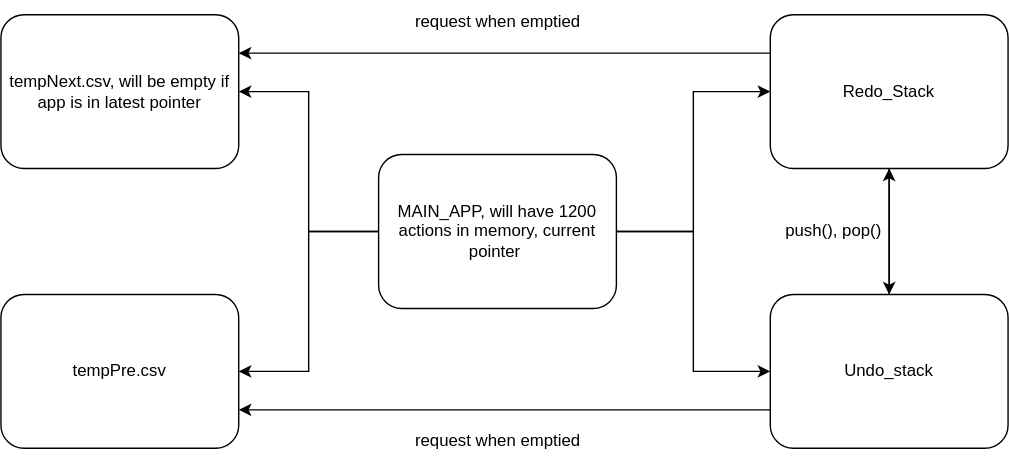
Before: MemorySystem.svg, a diagram exported from draw.io (zin-lin/Sudoku). Source tidied: cells renumbered, new cells last; positions are measured from the earlier drawing's top-left corner, leaving out a move shared by most shapes. The source it was exported from:
```xml
<mxGraphModel>
  <root>
    <mxCell id="0" />
    <mxCell id="1" parent="0" />
    <mxCell id="2" value="tempNext.csv, will be empty if app is in latest pointer" style="rounded=1;whiteSpace=wrap;html=1;" parent="1" vertex="1">
      <mxGeometry y="10" width="170" height="110" as="geometry" />
    </mxCell>
    <mxCell id="3" style="edgeStyle=orthogonalEdgeStyle;rounded=0;jettySize=auto;html=1;entryX=1;entryY=0.5;entryDx=0;entryDy=0;" parent="1" edge="1" source="7" target="2">
      <mxGeometry relative="1" as="geometry" />
    </mxCell>
    <mxCell id="4" style="edgeStyle=orthogonalEdgeStyle;rounded=0;jettySize=auto;html=1;exitX=0;exitY=0.5;exitDx=0;exitDy=0;entryX=1;entryY=0.5;entryDx=0;entryDy=0;" parent="1" edge="1" source="7" target="8">
      <mxGeometry relative="1" as="geometry" />
    </mxCell>
    <mxCell id="5" style="edgeStyle=orthogonalEdgeStyle;rounded=0;jettySize=auto;html=1;exitX=1;exitY=0.5;exitDx=0;exitDy=0;entryX=0;entryY=0.5;entryDx=0;entryDy=0;" parent="1" edge="1" source="7" target="11">
      <mxGeometry relative="1" as="geometry" />
    </mxCell>
    <mxCell id="6" style="edgeStyle=orthogonalEdgeStyle;rounded=0;jettySize=auto;html=1;" parent="1" edge="1" source="7" target="14">
      <mxGeometry relative="1" as="geometry" />
    </mxCell>
    <mxCell id="7" value="MAIN_APP, will have 1200 actions in memory, current pointer&amp;nbsp;" style="rounded=1;whiteSpace=wrap;html=1;" parent="1" vertex="1">
      <mxGeometry x="270" y="110" width="170" height="110" as="geometry" />
    </mxCell>
    <mxCell id="8" value="tempPre.csv" style="rounded=1;whiteSpace=wrap;html=1;" parent="1" vertex="1">
      <mxGeometry y="210" width="170" height="110" as="geometry" />
    </mxCell>
    <mxCell id="9" style="edgeStyle=orthogonalEdgeStyle;rounded=0;jettySize=auto;html=1;exitX=0;exitY=0.25;exitDx=0;exitDy=0;entryX=1;entryY=0.25;entryDx=0;entryDy=0;" parent="1" edge="1" source="11" target="2">
      <mxGeometry relative="1" as="geometry" />
    </mxCell>
    <mxCell id="10" style="edgeStyle=orthogonalEdgeStyle;rounded=0;jettySize=auto;html=1;exitX=0.5;exitY=1;exitDx=0;exitDy=0;" parent="1" edge="1" source="11" target="14">
      <mxGeometry relative="1" as="geometry" />
    </mxCell>
    <mxCell id="11" value="Redo_Stack" style="rounded=1;whiteSpace=wrap;html=1;" parent="1" vertex="1">
      <mxGeometry x="550" y="10" width="170" height="110" as="geometry" />
    </mxCell>
    <mxCell id="12" style="edgeStyle=orthogonalEdgeStyle;rounded=0;jettySize=auto;html=1;exitX=0;exitY=0.75;exitDx=0;exitDy=0;entryX=1;entryY=0.75;entryDx=0;entryDy=0;" parent="1" edge="1" source="14" target="8">
      <mxGeometry relative="1" as="geometry" />
    </mxCell>
    <mxCell id="13" style="edgeStyle=orthogonalEdgeStyle;rounded=0;jettySize=auto;html=1;exitX=0.5;exitY=0;exitDx=0;exitDy=0;" parent="1" edge="1" source="14" target="11">
      <mxGeometry relative="1" as="geometry" />
    </mxCell>
    <mxCell id="14" value="Undo_stack" style="rounded=1;whiteSpace=wrap;html=1;" parent="1" vertex="1">
      <mxGeometry x="550" y="210" width="170" height="110" as="geometry" />
    </mxCell>
    <mxCell id="15" value="push(), pop()" style="text;html=1;align=center;verticalAlign=middle;strokeColor=none;fillColor=none;" parent="1" vertex="1">
      <mxGeometry x="550" y="150" width="90" height="30" as="geometry" />
    </mxCell>
    <mxCell id="16" value="request when emptied" style="text;html=1;align=center;verticalAlign=middle;strokeColor=none;fillColor=none;" parent="1" vertex="1">
      <mxGeometry x="285" width="140" height="30" as="geometry" />
    </mxCell>
    <mxCell id="17" value="request when emptied" style="text;html=1;align=center;verticalAlign=middle;strokeColor=none;fillColor=none;" parent="1" vertex="1">
      <mxGeometry x="285" y="300" width="140" height="30" as="geometry" />
    </mxCell>
  </root>
</mxGraphModel>
```
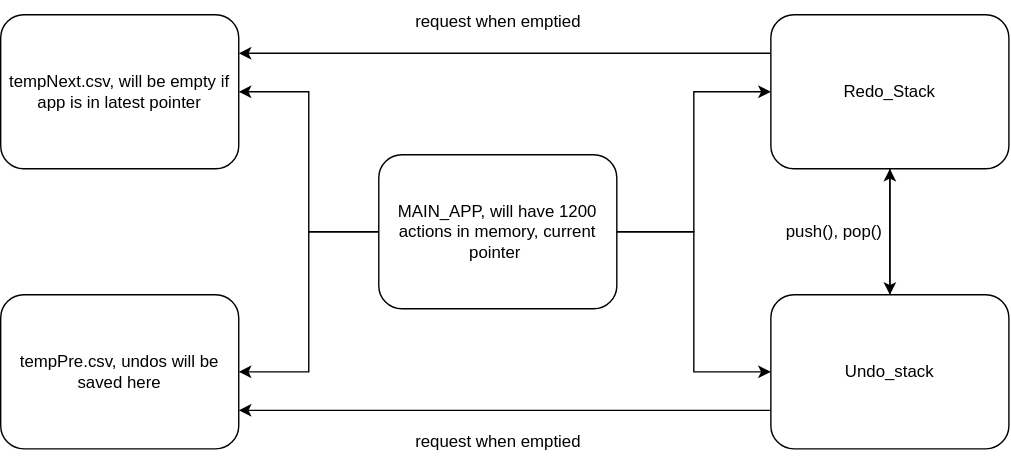
The same diagram one commit later.

What changed in the source:
```diff
@@ -20,7 +20,7 @@
     <mxCell id="7" value="MAIN_APP, will have 1200 actions in memory, current pointer&amp;nbsp;" style="rounded=1;whiteSpace=wrap;html=1;" parent="1" vertex="1">
       <mxGeometry x="270" y="110" width="170" height="110" as="geometry" />
     </mxCell>
-    <mxCell id="8" value="tempPre.csv" style="rounded=1;whiteSpace=wrap;html=1;" parent="1" vertex="1">
+    <mxCell id="8" value="tempPre.csv, undos will be saved here" style="rounded=1;whiteSpace=wrap;html=1;" parent="1" vertex="1">
       <mxGeometry y="210" width="170" height="110" as="geometry" />
     </mxCell>
     <mxCell id="9" style="edgeStyle=orthogonalEdgeStyle;rounded=0;jettySize=auto;html=1;exitX=0;exitY=0.25;exitDx=0;exitDy=0;entryX=1;entryY=0.25;entryDx=0;entryDy=0;" parent="1" edge="1" source="11" target="2">
```
